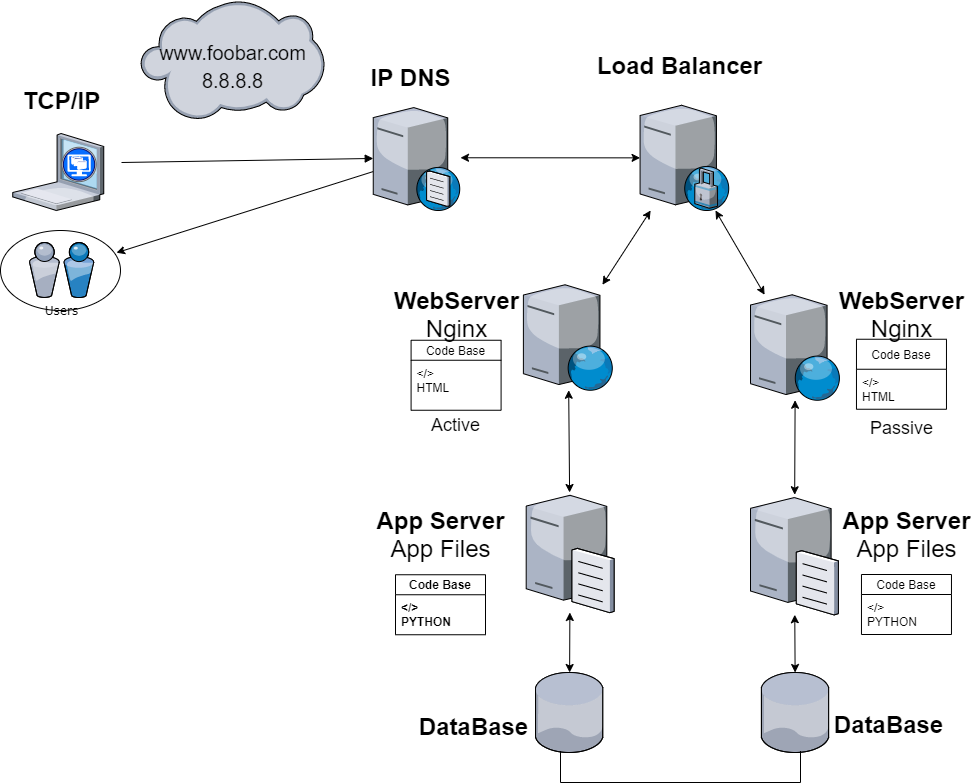
Above: 0x09-web_infrastructure_design/1-distributed_web_infrastructure.png in Leidysalda/holberton-system_engineering-devops (draw.io), before the change. Source tidied: cells renumbered, new cells last; positions are measured from the earlier drawing's top-left corner, leaving out a move shared by most shapes.
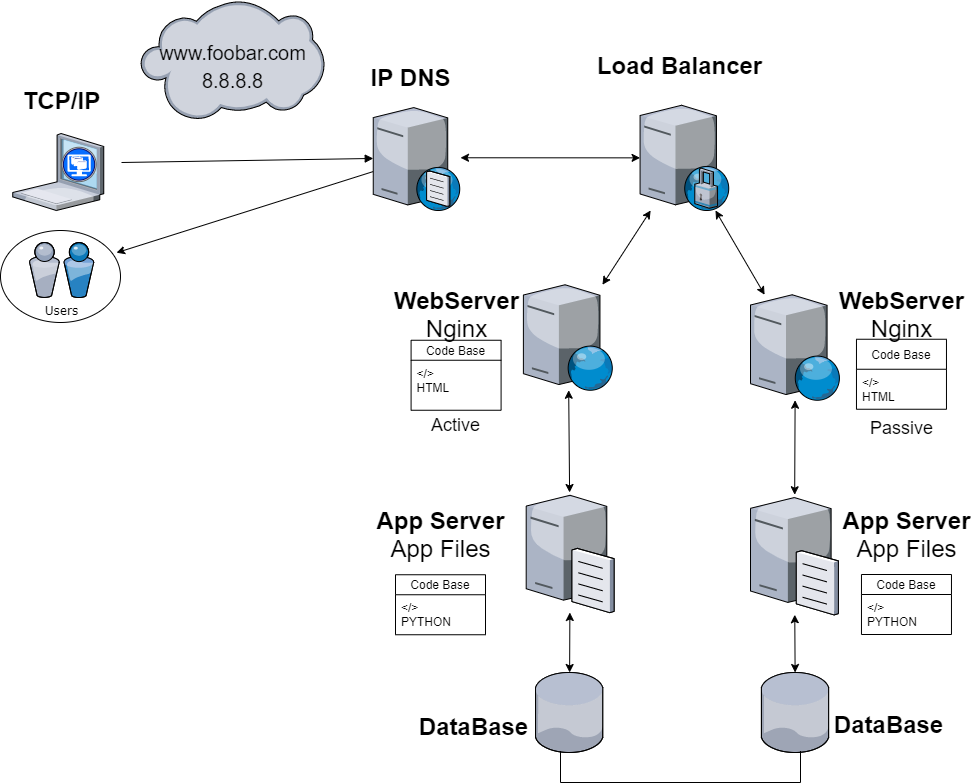
The same diagram one commit later.

Diff of the diagram source:
```diff
@@ -3,7 +3,7 @@
     <mxCell id="0" />
     <mxCell id="1" parent="0" />
     <mxCell id="2" style="ellipse;whiteSpace=wrap;html=1;" parent="1" vertex="1">
-      <mxGeometry y="230" width="120" height="80" as="geometry" />
+      <mxGeometry y="230" width="120" height="92" as="geometry" />
     </mxCell>
     <mxCell id="3" value="Users" style="verticalLabelPosition=bottom;html=1;verticalAlign=top;strokeColor=none;shape=mxgraph.citrix.users;rounded=0;shadow=0;comic=0;fontFamily=Verdana;" parent="1" vertex="1">
       <mxGeometry x="28.8" y="242" width="64.5" height="55" as="geometry" />
@@ -117,10 +117,10 @@
     <mxCell id="38" value="&lt;font style=&quot;font-weight: normal ; font-size: 18px&quot;&gt;Active&lt;/font&gt;" style="text;strokeColor=none;fillColor=none;html=1;fontSize=24;fontStyle=1;verticalAlign=middle;align=center;" parent="1" vertex="1">
       <mxGeometry x="404.5" y="402" width="100" height="40" as="geometry" />
     </mxCell>
-    <mxCell id="39" value="Code Base" style="swimlane;fontStyle=1;horizontal=1;startSize=20;fillColor=none;" parent="1" vertex="1">
+    <mxCell id="39" value="Code Base" style="swimlane;fontStyle=0;horizontal=1;startSize=20;fillColor=none;" parent="1" vertex="1">
       <mxGeometry x="395" y="574.2" width="90" height="60" as="geometry" />
     </mxCell>
-    <mxCell id="40" value="&lt;/&gt;&#10;PYTHON" style="text;strokeColor=none;fillColor=none;align=left;verticalAlign=top;spacingLeft=4;spacingRight=4;overflow=hidden;fontStyle=1;" parent="39" vertex="1">
+    <mxCell id="40" value="&lt;/&gt;&#10;PYTHON" style="text;strokeColor=none;fillColor=none;align=left;verticalAlign=top;spacingLeft=4;spacingRight=4;overflow=hidden;fontStyle=0;" parent="39" vertex="1">
       <mxGeometry y="20" width="90" height="40" as="geometry" />
     </mxCell>
     <mxCell id="41" value="Code Base" style="swimlane;fontStyle=0;horizontal=1;startSize=30;fillColor=none;" parent="1" vertex="1">
```
